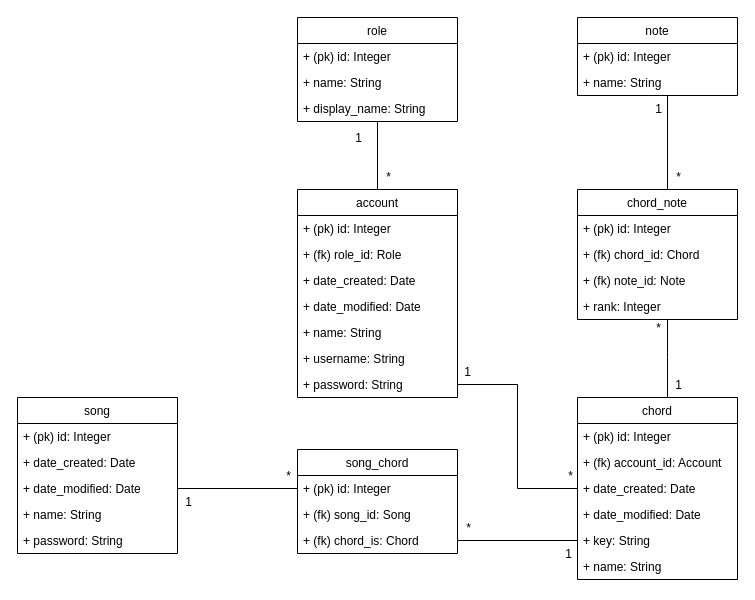
This is documentation/recourses/ChordDB_diagram.drawio from otahontas/chords, a draw.io file, before an edit. Source tidied: cells renumbered, new cells numbered last; positions are measured from the earlier drawing's top-left corner, leaving out a move shared by most shapes. Both pictures are drawn from the tidied source at 100%, with x=0, y=0 at pixel (17, 17).
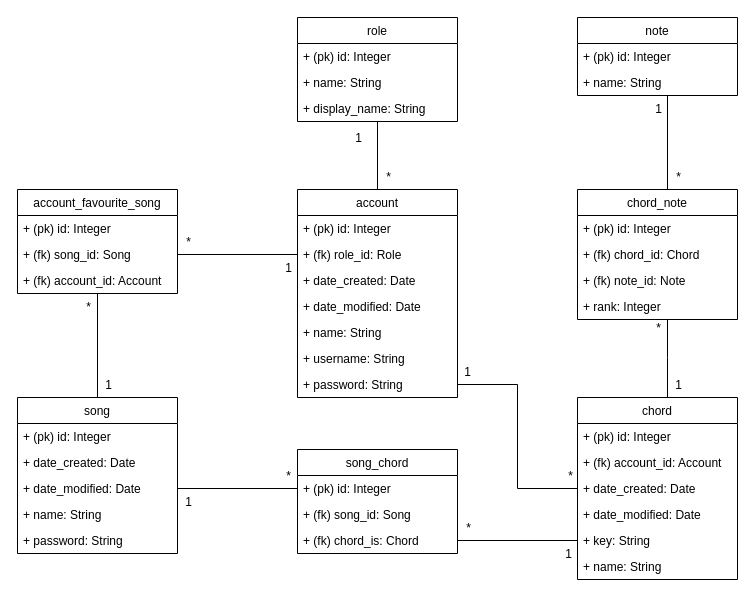
Above is the later version.

The change refers to these unchanged cells:
```xml
<mxCell id="7" value="+ (fk) role_id: Role" style="text;strokeColor=none;fillColor=none;align=left;verticalAlign=top;spacingLeft=4;spacingRight=4;overflow=hidden;points=[[0,0.5],[1,0.5]];portConstraint=eastwest;" parent="5" vertex="1">
  <mxGeometry y="52" width="160" height="26" as="geometry" />
</mxCell>
<mxCell id="41" value="song" style="swimlane;fontStyle=0;horizontal=1;startSize=26;fillColor=none;" parent="1" vertex="1">
  <mxGeometry y="380" width="160" height="156" as="geometry" />
</mxCell>
```

What changed in the source:
```diff
@@
+    <mxCell id="57" style="edgeStyle=orthogonalEdgeStyle;rounded=0;jettySize=auto;html=1;endArrow=none;endFill=0;" parent="1" edge="1" source="41" target="60">
+      <mxGeometry relative="1" as="geometry" />
+    </mxCell>
+    <mxCell id="58" value="*" style="text;html=1;align=center;verticalAlign=middle;labelBackgroundColor=#ffffff;" parent="57" vertex="1">
+      <mxGeometry x="0.81" y="2" relative="1" as="geometry">
+        <mxPoint x="-8" y="3" as="offset" />
+      </mxGeometry>
+    </mxCell>
+    <mxCell id="59" value="1" style="text;html=1;align=center;verticalAlign=middle;labelBackgroundColor=#ffffff;" parent="57" vertex="1">
+      <mxGeometry x="-0.67" relative="1" as="geometry">
+        <mxPoint x="10" y="4" as="offset" />
+      </mxGeometry>
+    </mxCell>
@@
+    <mxCell id="60" value="account_favourite_song" style="swimlane;fontStyle=0;horizontal=1;startSize=26;fillColor=none;" parent="1" vertex="1">
+      <mxGeometry y="172" width="160" height="104" as="geometry" />
+    </mxCell>
+    <mxCell id="61" value="+ (pk) id: Integer&#10;" style="text;strokeColor=none;fillColor=none;align=left;verticalAlign=top;spacingLeft=4;spacingRight=4;overflow=hidden;" parent="60" vertex="1">
+      <mxGeometry y="26" width="160" height="26" as="geometry" />
+    </mxCell>
+    <mxCell id="62" value="+ (fk) song_id: Song" style="text;strokeColor=none;fillColor=none;align=left;verticalAlign=top;spacingLeft=4;spacingRight=4;overflow=hidden;points=[[0,0.5],[1,0.5]];portConstraint=eastwest;" parent="60" vertex="1">
+      <mxGeometry y="52" width="160" height="26" as="geometry" />
+    </mxCell>
+    <mxCell id="63" value="+ (fk) account_id: Account" style="text;strokeColor=none;fillColor=none;align=left;verticalAlign=top;spacingLeft=4;spacingRight=4;overflow=hidden;" parent="60" vertex="1">
+      <mxGeometry y="78" width="160" height="26" as="geometry" />
+    </mxCell>
@@
+    <mxCell id="64" style="edgeStyle=orthogonalEdgeStyle;rounded=0;jettySize=auto;html=1;entryX=0;entryY=0.5;entryDx=0;entryDy=0;endArrow=none;endFill=0;" parent="1" edge="1" source="62" target="7">
+      <mxGeometry relative="1" as="geometry" />
+    </mxCell>
+    <mxCell id="65" value="*" style="text;html=1;align=center;verticalAlign=middle;labelBackgroundColor=#ffffff;" parent="64" vertex="1">
+      <mxGeometry x="-0.67" y="-1" relative="1" as="geometry">
+        <mxPoint x="-10" y="-14" as="offset" />
+      </mxGeometry>
+    </mxCell>
+    <mxCell id="66" value="1" style="text;html=1;align=center;verticalAlign=middle;labelBackgroundColor=#ffffff;" parent="64" vertex="1">
+      <mxGeometry x="0.82" y="-1" relative="1" as="geometry">
+        <mxPoint x="1" y="12" as="offset" />
+      </mxGeometry>
+    </mxCell>
```
